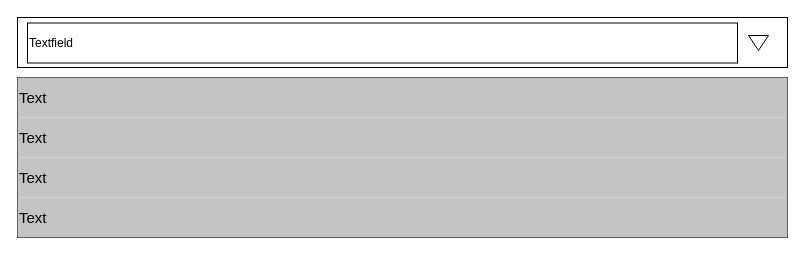
This is page "Page-4" (4 of 4) of Plan Diagram.drawio from johnsonmercyi/buyerslounge, a draw.io file, before an edit. Source tidied: cells renumbered, new cells numbered last; positions are measured from the earlier drawing's top-left corner, leaving out a move shared by most shapes. Both pictures are drawn from the tidied source at 100%, with x=0, y=0 at pixel (17, 17).
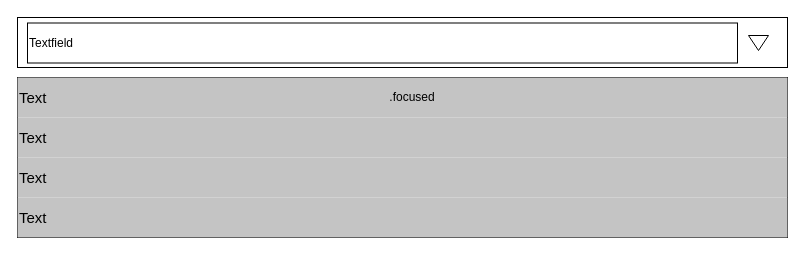
Above is the later version.

Diff of the diagram source:
```diff
@@
 <mxGraphModel>
   <root>
     <mxCell id="0" />
     <mxCell id="1" parent="0" />
     <mxCell id="2" style="rounded=0;whiteSpace=wrap;html=1;" parent="1" vertex="1">
       <mxGeometry width="770" height="50" as="geometry" />
     </mxCell>
     <mxCell id="3" style="triangle;whiteSpace=wrap;html=1;direction=south;" parent="1" vertex="1">
       <mxGeometry x="731" y="18" width="20" height="15" as="geometry" />
     </mxCell>
     <mxCell id="4" value="Textfield" style="rounded=0;whiteSpace=wrap;html=1;align=left;" parent="1" vertex="1">
       <mxGeometry x="10" y="5.5" width="710" height="40" as="geometry" />
     </mxCell>
     <mxCell id="5" style="whiteSpace=wrap;html=1;" parent="1" vertex="1">
       <mxGeometry y="60" width="770" height="160" as="geometry" />
     </mxCell>
     <mxCell id="6" value="Text" style="text;html=1;align=left;verticalAlign=middle;whiteSpace=wrap;rounded=0;fontSize=15;fillColor=#C4C4C4;" parent="1" vertex="1">
       <mxGeometry y="60" width="770" height="40" as="geometry" />
     </mxCell>
     <mxCell id="7" value="Text" style="text;html=1;align=left;verticalAlign=middle;whiteSpace=wrap;rounded=0;fontSize=15;fillColor=#C4C4C4;" parent="1" vertex="1">
       <mxGeometry y="100" width="770" height="40" as="geometry" />
     </mxCell>
     <mxCell id="8" value="Text" style="text;html=1;align=left;verticalAlign=middle;whiteSpace=wrap;rounded=0;fontSize=15;fillColor=#C4C4C4;" parent="1" vertex="1">
       <mxGeometry y="140" width="770" height="40" as="geometry" />
     </mxCell>
     <mxCell id="9" value="Text" style="text;html=1;align=left;verticalAlign=middle;whiteSpace=wrap;rounded=0;fontSize=15;fillColor=#C4C4C4;" parent="1" vertex="1">
       <mxGeometry y="180" width="770" height="40" as="geometry" />
     </mxCell>
+    <mxCell id="10" value=".focused" style="text;html=1;align=center;verticalAlign=middle;whiteSpace=wrap;rounded=0;" parent="1" vertex="1">
+      <mxGeometry x="365" y="65" width="60" height="30" as="geometry" />
+    </mxCell>
   </root>
 </mxGraphModel>
```
